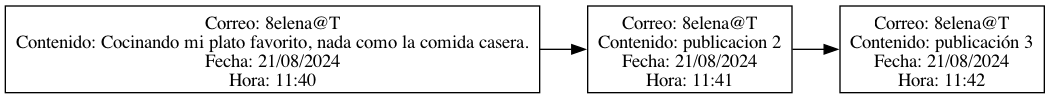
Earlier version of the Graphviz export fase3/usuarios/reportes/lista_publicaciones_21_08_2024_8elena@T.png (Ggi0/-EDD-Proyecto_202100229). Its source is kept beside it as fase3/usuarios/reportes/lista_publicaciones_21_08_2024_8elena@T.dot.
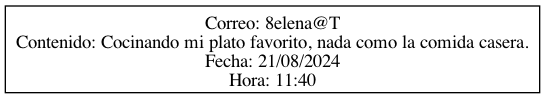
After the change.

The edit, as a diff of the source:
```diff
@@ -2,8 +2,4 @@
     node [shape=record];
     rankdir=LR;
     node0 [label="{Correo: 8elena@T\nContenido: Cocinando mi plato favorito, nada como la comida casera.\nFecha: 21/08/2024\nHora: 11:40}"];
-    node1 [label="{Correo: 8elena@T\nContenido: publicacion 2\nFecha: 21/08/2024\nHora: 11:41}"];
-    node0 -> node1;
-    node2 [label="{Correo: 8elena@T\nContenido: publicación 3\nFecha: 21/08/2024\nHora: 11:42}"];
-    node1 -> node2;
 }
```
